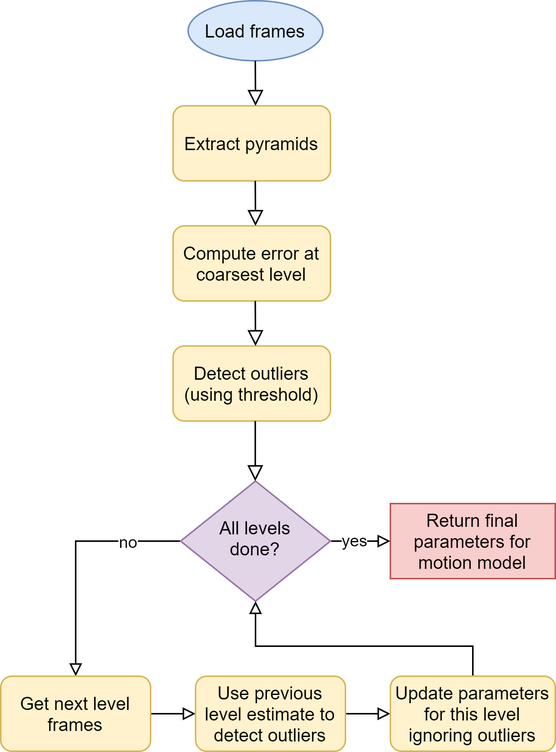
Before: docs/assets/images/implementation-flow.png, a diagram exported from draw.io (Samaretas/global-motion-estimation). Source tidied: cells renumbered, new cells last; positions are measured from the earlier drawing's top-left corner, leaving out a move shared by most shapes.
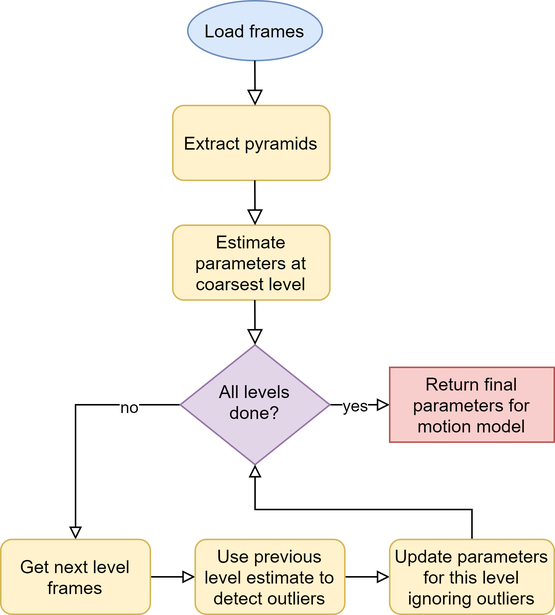
Above is the later version.

The edit, as a diff of the source:
```diff
@@ -3,22 +3,19 @@
     <mxCell id="0" />
     <mxCell id="1" parent="0" />
     <mxCell id="2" value="Load frames" style="ellipse;whiteSpace=wrap;html=1;fillColor=#dae8fc;strokeColor=#6c8ebf;" parent="1" vertex="1">
-      <mxGeometry x="125" width="90" height="40" as="geometry" />
+      <mxGeometry x="125" y="90" width="90" height="40" as="geometry" />
     </mxCell>
     <mxCell id="3" value="Extract pyramids" style="rounded=1;whiteSpace=wrap;html=1;fontSize=12;glass=0;strokeWidth=1;shadow=0;fillColor=#fff2cc;strokeColor=#d6b656;" parent="1" vertex="1">
-      <mxGeometry x="115" y="70" width="105" height="50" as="geometry" />
+      <mxGeometry x="115" y="160" width="105" height="50" as="geometry" />
     </mxCell>
     <mxCell id="4" style="rounded=0;html=1;jettySize=auto;fontSize=11;endArrow=block;endFill=0;endSize=8;strokeWidth=1;shadow=0;labelBackgroundColor=none;edgeStyle=orthogonalEdgeStyle;exitX=0.5;exitY=1;exitDx=0;exitDy=0;entryX=0.524;entryY=0;entryDx=0;entryDy=0;entryPerimeter=0;" parent="1" edge="1" target="3">
       <mxGeometry relative="1" as="geometry">
-        <mxPoint x="169.8" y="40" as="sourcePoint" />
+        <mxPoint x="169.8" y="130" as="sourcePoint" />
       </mxGeometry>
     </mxCell>
-    <mxCell id="5" value="Compute error at coarsest level" style="rounded=1;whiteSpace=wrap;html=1;fontSize=12;glass=0;strokeWidth=1;shadow=0;fillColor=#fff2cc;strokeColor=#d6b656;" parent="1" vertex="1">
-      <mxGeometry x="115" y="150" width="105" height="50" as="geometry" />
+    <mxCell id="5" value="Estimate parameters at coarsest level" style="rounded=1;whiteSpace=wrap;html=1;fontSize=12;glass=0;strokeWidth=1;shadow=0;fillColor=#fff2cc;strokeColor=#d6b656;" parent="1" vertex="1">
+      <mxGeometry x="115" y="240" width="105" height="50" as="geometry" />
     </mxCell>
-    <mxCell id="6" value="Detect outliers (using threshold)" style="rounded=1;whiteSpace=wrap;html=1;fontSize=12;glass=0;strokeWidth=1;shadow=0;fillColor=#fff2cc;strokeColor=#d6b656;" parent="1" vertex="1">
-      <mxGeometry x="115" y="230" width="105" height="50" as="geometry" />
-    </mxCell>
     <mxCell id="7" style="edgeStyle=orthogonalEdgeStyle;rounded=0;jettySize=auto;html=1;endArrow=block;endFill=0;entryX=0.5;entryY=0;entryDx=0;entryDy=0;" parent="1" edge="1" source="11" target="16">
       <mxGeometry relative="1" as="geometry">
         <Array as="points">
@@ -42,22 +39,16 @@
     </mxCell>
     <mxCell id="12" style="rounded=0;html=1;jettySize=auto;orthogonalLoop=1;fontSize=11;endArrow=block;endFill=0;endSize=8;strokeWidth=1;shadow=0;labelBackgroundColor=none;edgeStyle=orthogonalEdgeStyle;exitX=0.5;exitY=1;exitDx=0;exitDy=0;" parent="1" edge="1">
       <mxGeometry relative="1" as="geometry">
-        <mxPoint x="169.8" y="120" as="sourcePoint" />
-        <mxPoint x="170" y="150" as="targetPoint" />
+        <mxPoint x="169.8" y="210" as="sourcePoint" />
+        <mxPoint x="170" y="240" as="targetPoint" />
       </mxGeometry>
     </mxCell>
     <mxCell id="13" style="rounded=0;html=1;jettySize=auto;orthogonalLoop=1;fontSize=11;endArrow=block;endFill=0;endSize=8;strokeWidth=1;shadow=0;labelBackgroundColor=none;edgeStyle=orthogonalEdgeStyle;exitX=0.5;exitY=1;exitDx=0;exitDy=0;" parent="1" edge="1">
       <mxGeometry relative="1" as="geometry">
-        <mxPoint x="169.8" y="200" as="sourcePoint" />
-        <mxPoint x="170" y="230" as="targetPoint" />
+        <mxPoint x="169.8" y="290" as="sourcePoint" />
+        <mxPoint x="170" y="320" as="targetPoint" />
       </mxGeometry>
     </mxCell>
-    <mxCell id="14" style="rounded=0;html=1;jettySize=auto;orthogonalLoop=1;fontSize=11;endArrow=block;endFill=0;endSize=8;strokeWidth=1;shadow=0;labelBackgroundColor=none;edgeStyle=orthogonalEdgeStyle;exitX=0.5;exitY=1;exitDx=0;exitDy=0;" parent="1" edge="1">
-      <mxGeometry relative="1" as="geometry">
-        <mxPoint x="169.8" y="280" as="sourcePoint" />
-        <mxPoint x="169.8" y="320" as="targetPoint" />
-      </mxGeometry>
-    </mxCell>
     <mxCell id="15" style="edgeStyle=orthogonalEdgeStyle;rounded=0;jettySize=auto;html=1;endArrow=block;endFill=0;entryX=0;entryY=0.5;entryDx=0;entryDy=0;" parent="1" edge="1" source="16" target="18">
       <mxGeometry relative="1" as="geometry" />
     </mxCell>
```
